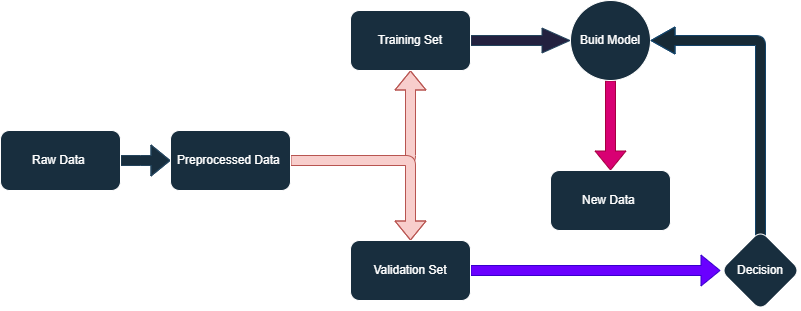
Before: supervised learning.drawio.png, a diagram exported from draw.io (bapukokare/assignment). Source tidied: cells renumbered, new cells last; positions are measured from the earlier drawing's top-left corner, leaving out a move shared by most shapes.
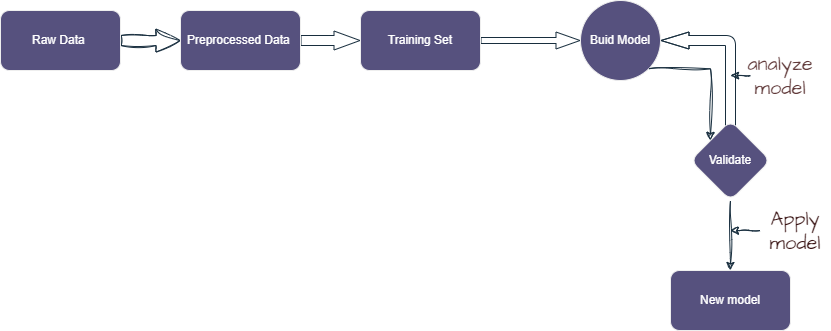
Later version of the same file.

Diff of the diagram source:
```diff
@@ -2,57 +2,66 @@
   <root>
     <mxCell id="0" />
     <mxCell id="1" parent="0" />
-    <mxCell id="2" style="edgeStyle=orthogonalEdgeStyle;rounded=1;jettySize=auto;html=1;entryX=0;entryY=0.5;entryDx=0;entryDy=0;strokeColor=#23445D;shape=flexArrow;fillColor=#182e3e;" parent="1" edge="1" source="3" target="6">
-      <mxGeometry relative="1" as="geometry">
-        <Array as="points">
-          <mxPoint x="140" y="160" />
-          <mxPoint x="140" y="160" />
-        </Array>
-      </mxGeometry>
+    <mxCell id="2" style="edgeStyle=orthogonalEdgeStyle;rounded=0;sketch=1;hachureGap=4;jiggle=2;curveFitting=1;jettySize=auto;html=1;strokeColor=#182E3E;fontFamily=Helvetica;fontSize=16;fontColor=default;shape=flexArrow;labelBackgroundColor=none;endWidth=12;endSize=7.67;" parent="1" edge="1" source="3" target="6">
+      <mxGeometry relative="1" as="geometry" />
     </mxCell>
-    <mxCell id="3" value="Raw Data&amp;nbsp;" style="rounded=1;whiteSpace=wrap;html=1;strokeColor=#FFFFFF;fontColor=#FFFFFF;fillColor=#182E3E;" parent="1" vertex="1">
-      <mxGeometry y="130" width="120" height="60" as="geometry" />
+    <mxCell id="3" value="Raw Data&amp;nbsp;" style="rounded=1;whiteSpace=wrap;html=1;strokeColor=#EEEEEE;fontColor=#FFFFFF;fillColor=#56517E;labelBackgroundColor=none;" parent="1" vertex="1">
+      <mxGeometry x="-10" y="10" width="120" height="60" as="geometry" />
     </mxCell>
-    <mxCell id="4" style="edgeStyle=orthogonalEdgeStyle;rounded=1;jettySize=auto;html=1;strokeColor=#b85450;shape=flexArrow;fillColor=#f8cecc;" parent="1" edge="1" source="6" target="8">
+    <mxCell id="4" style="edgeStyle=orthogonalEdgeStyle;rounded=1;jettySize=auto;html=1;strokeColor=#182E3E;shape=flexArrow;labelBackgroundColor=none;fontColor=default;endWidth=8;endSize=8.33;" parent="1" edge="1" source="6" target="8">
       <mxGeometry relative="1" as="geometry" />
     </mxCell>
-    <mxCell id="5" style="edgeStyle=orthogonalEdgeStyle;rounded=1;jettySize=auto;html=1;strokeColor=#b85450;shape=flexArrow;fillColor=#f8cecc;" parent="1" edge="1" source="6" target="10">
-      <mxGeometry relative="1" as="geometry" />
-    </mxCell>
-    <mxCell id="6" value="Preprocessed Data&amp;nbsp;" style="rounded=1;whiteSpace=wrap;html=1;strokeColor=#FFFFFF;fontColor=#FFFFFF;fillColor=#182E3E;" parent="1" vertex="1">
-      <mxGeometry x="170" y="130" width="120" height="60" as="geometry" />
+    <mxCell id="6" value="Preprocessed Data&amp;nbsp;" style="rounded=1;whiteSpace=wrap;html=1;strokeColor=#EEEEEE;fontColor=#FFFFFF;fillColor=#56517E;labelBackgroundColor=none;" parent="1" vertex="1">
+      <mxGeometry x="170" y="10" width="120" height="60" as="geometry" />
     </mxCell>
-    <mxCell id="7" style="edgeStyle=orthogonalEdgeStyle;rounded=1;jettySize=auto;html=1;strokeColor=#23445D;shape=flexArrow;fillColor=#23213f;endWidth=14;endSize=9;fontSize=12;" parent="1" edge="1" source="8" target="12">
+    <mxCell id="7" style="edgeStyle=orthogonalEdgeStyle;rounded=1;jettySize=auto;html=1;strokeColor=#182E3E;shape=flexArrow;endWidth=10;endSize=7.67;fontSize=12;labelBackgroundColor=none;fontColor=default;width=6;" parent="1" edge="1" source="8" target="12">
       <mxGeometry relative="1" as="geometry" />
     </mxCell>
-    <mxCell id="8" value="Training Set" style="rounded=1;whiteSpace=wrap;html=1;strokeColor=#FFFFFF;fontColor=#FFFFFF;fillColor=#182E3E;" parent="1" vertex="1">
+    <mxCell id="8" value="Training Set" style="rounded=1;whiteSpace=wrap;html=1;strokeColor=#EEEEEE;fontColor=#FFFFFF;fillColor=#56517E;labelBackgroundColor=none;" parent="1" vertex="1">
       <mxGeometry x="350" y="10" width="120" height="60" as="geometry" />
     </mxCell>
-    <mxCell id="9" style="edgeStyle=orthogonalEdgeStyle;rounded=1;jettySize=auto;html=1;strokeColor=#3700CC;fillColor=#6a00ff;shape=flexArrow;" parent="1" edge="1" source="10" target="14">
-      <mxGeometry relative="1" as="geometry" />
-    </mxCell>
-    <mxCell id="10" value="Validation Set" style="rounded=1;whiteSpace=wrap;html=1;strokeColor=#FFFFFF;fontColor=#FFFFFF;fillColor=#182E3E;" parent="1" vertex="1">
-      <mxGeometry x="350" y="240" width="120" height="60" as="geometry" />
-    </mxCell>
-    <mxCell id="11" style="edgeStyle=orthogonalEdgeStyle;rounded=1;jettySize=auto;html=1;strokeColor=#A50040;shape=flexArrow;fillColor=#d80073;" parent="1" edge="1" source="12" target="15">
-      <mxGeometry relative="1" as="geometry" />
-    </mxCell>
-    <mxCell id="12" value="Buid Model" style="ellipse;whiteSpace=wrap;html=1;fillColor=#182E3E;strokeColor=#FFFFFF;fontColor=#FFFFFF;rounded=1;" parent="1" vertex="1">
+    <mxCell id="12" value="Buid Model" style="ellipse;whiteSpace=wrap;html=1;fillColor=#56517E;strokeColor=#EEEEEE;fontColor=#FFFFFF;rounded=1;labelBackgroundColor=none;" parent="1" vertex="1">
       <mxGeometry x="570" width="80" height="80" as="geometry" />
     </mxCell>
-    <mxCell id="13" style="edgeStyle=orthogonalEdgeStyle;rounded=1;jettySize=auto;html=1;entryX=1;entryY=0.5;entryDx=0;entryDy=0;strokeColor=#124369;shape=flexArrow;fillColor=#172a36;endWidth=16;endSize=7.67;" parent="1" edge="1" target="12">
+    <mxCell id="13" style="edgeStyle=orthogonalEdgeStyle;rounded=1;jettySize=auto;html=1;entryX=1;entryY=0.5;entryDx=0;entryDy=0;strokeColor=#182E3E;shape=flexArrow;endWidth=6;labelBackgroundColor=none;fontColor=default;strokeWidth=1;endSize=9;" parent="1" edge="1" target="12">
       <mxGeometry relative="1" as="geometry">
-        <mxPoint x="760" y="240" as="sourcePoint" />
+        <mxPoint x="720" y="130" as="sourcePoint" />
         <Array as="points">
-          <mxPoint x="760" y="40" />
+          <mxPoint x="720" y="40" />
         </Array>
       </mxGeometry>
     </mxCell>
+    <mxCell id="16" style="edgeStyle=orthogonalEdgeStyle;rounded=0;sketch=1;hachureGap=4;jiggle=2;curveFitting=1;jettySize=auto;html=1;strokeColor=#182E3E;fontFamily=Architects Daughter;fontSource=https%3A%2F%2Ffonts.googleapis.com%2Fcss%3Ffamily%3DArchitects%2BDaughter;fontSize=16;fontColor=default;exitX=1;exitY=1;exitDx=0;exitDy=0;labelBackgroundColor=none;" parent="1" edge="1" source="12" target="14">
+      <mxGeometry relative="1" as="geometry">
+        <Array as="points">
+          <mxPoint x="700" y="68" />
+        </Array>
+      </mxGeometry>
+    </mxCell>
+    <mxCell id="17" style="edgeStyle=orthogonalEdgeStyle;rounded=0;sketch=1;hachureGap=4;jiggle=2;curveFitting=1;jettySize=auto;html=1;strokeColor=#182E3E;fontFamily=Architects Daughter;fontSource=https%3A%2F%2Ffonts.googleapis.com%2Fcss%3Ffamily%3DArchitects%2BDaughter;fontSize=16;fontColor=default;labelBackgroundColor=none;" parent="1" edge="1" source="14" target="22">
+      <mxGeometry relative="1" as="geometry" />
+    </mxCell>
-    <mxCell id="14" value="Decision" style="rhombus;whiteSpace=wrap;html=1;fillColor=#182E3E;strokeColor=#FFFFFF;fontColor=#FFFFFF;rounded=1;" parent="1" vertex="1">
-      <mxGeometry x="720" y="230" width="80" height="80" as="geometry" />
+    <mxCell id="14" value="Validate" style="rhombus;whiteSpace=wrap;html=1;fillColor=#56517E;strokeColor=#EEEEEE;fontColor=#FFFFFF;rounded=1;labelBackgroundColor=none;" parent="1" vertex="1">
+      <mxGeometry x="680" y="120" width="80" height="80" as="geometry" />
     </mxCell>
-    <mxCell id="15" value="New Data&amp;nbsp;" style="whiteSpace=wrap;html=1;fillColor=#182E3E;strokeColor=#FFFFFF;fontColor=#FFFFFF;rounded=1;" parent="1" vertex="1">
-      <mxGeometry x="550" y="170" width="120" height="60" as="geometry" />
-    </mxCell>
+    <mxCell id="18" style="edgeStyle=orthogonalEdgeStyle;rounded=0;sketch=1;hachureGap=4;jiggle=2;curveFitting=1;jettySize=auto;html=1;exitX=0;exitY=0.5;exitDx=0;exitDy=0;strokeColor=#182E3E;fontFamily=Architects Daughter;fontSource=https%3A%2F%2Ffonts.googleapis.com%2Fcss%3Ffamily%3DArchitects%2BDaughter;fontSize=16;fontColor=default;labelBackgroundColor=none;" parent="1" edge="1" source="19">
+      <mxGeometry relative="1" as="geometry">
+        <mxPoint x="720" y="75" as="targetPoint" />
+      </mxGeometry>
+    </mxCell>
+    <mxCell id="19" value="analyze model" style="text;html=1;strokeColor=none;fillColor=none;align=center;verticalAlign=middle;whiteSpace=wrap;rounded=0;fontSize=20;fontFamily=Architects Daughter;fontColor=#603939;labelBackgroundColor=none;" parent="1" vertex="1">
+      <mxGeometry x="740" y="60" width="60" height="30" as="geometry" />
+    </mxCell>
+    <mxCell id="20" style="edgeStyle=orthogonalEdgeStyle;rounded=0;sketch=1;hachureGap=4;jiggle=2;curveFitting=1;jettySize=auto;html=1;strokeColor=#182E3E;fontFamily=Architects Daughter;fontSource=https%3A%2F%2Ffonts.googleapis.com%2Fcss%3Ffamily%3DArchitects%2BDaughter;fontSize=16;fontColor=default;labelBackgroundColor=none;" parent="1" edge="1" source="21">
+      <mxGeometry relative="1" as="geometry">
+        <mxPoint x="720" y="230" as="targetPoint" />
+      </mxGeometry>
+    </mxCell>
+    <mxCell id="21" value="Apply model" style="text;strokeColor=none;align=center;fillColor=none;html=1;verticalAlign=middle;whiteSpace=wrap;rounded=0;fontSize=20;fontFamily=Architects Daughter;fontColor=#3b1616;labelBackgroundColor=none;" parent="1" vertex="1">
+      <mxGeometry x="750" y="210" width="70" height="40" as="geometry" />
+    </mxCell>
+    <mxCell id="22" value="New model" style="rounded=1;whiteSpace=wrap;html=1;strokeColor=#EEEEEE;fontColor=#FFFFFF;fillColor=#56517E;labelBackgroundColor=none;" parent="1" vertex="1">
+      <mxGeometry x="660" y="270" width="120" height="60" as="geometry" />
+    </mxCell>
   </root>
 </mxGraphModel>
```
